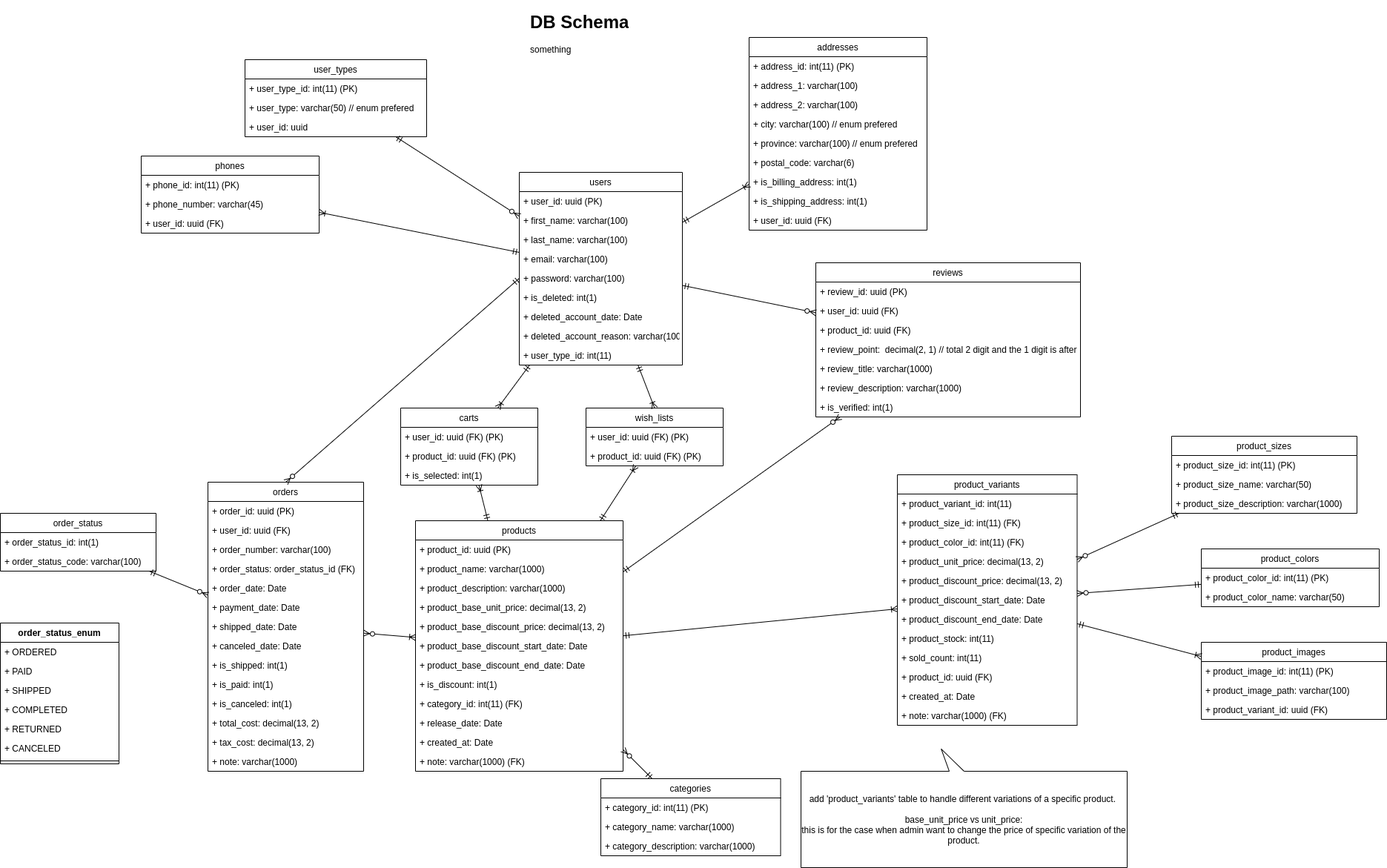
The draw.io diagram db-design.png in stsiwo/e-commerce-starter-kits, before a commit. Source tidied: cells renumbered, new cells last; positions are measured from the earlier drawing's top-left corner, leaving out a move shared by most shapes.
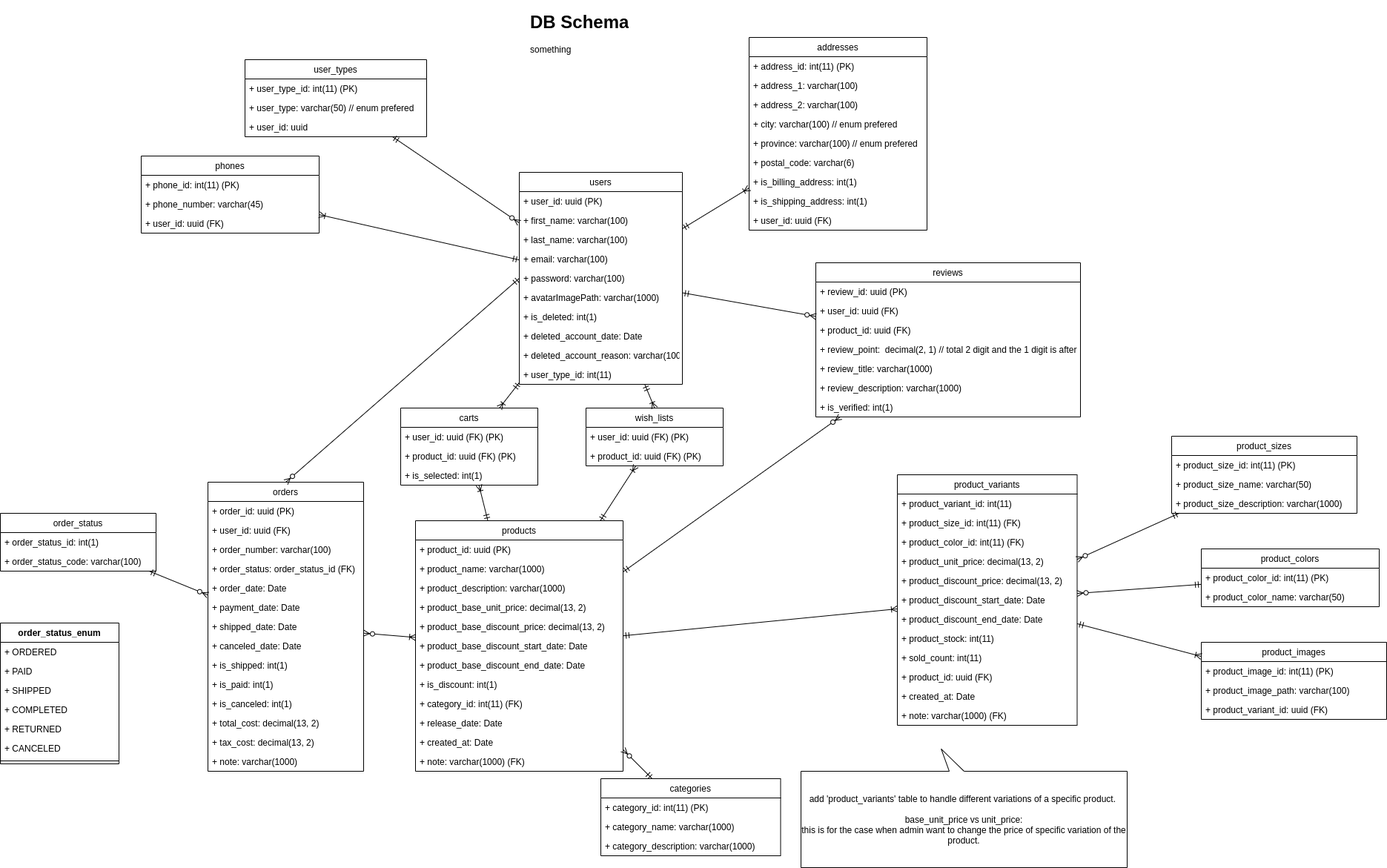
Later version of the same file.

Diff of the diagram source:
```diff
@@ -24,7 +24,7 @@
       <mxGeometry relative="1" as="geometry" />
     </mxCell>
     <mxCell id="9" value="users" style="swimlane;fontStyle=0;horizontal=1;startSize=26;fillColor=none;" parent="1" vertex="1">
-      <mxGeometry x="700" y="222" width="220" height="260" as="geometry" />
+      <mxGeometry x="700" y="222" width="220" height="286" as="geometry" />
     </mxCell>
     <mxCell id="10" value="+ user_id: uuid (PK)" style="text;strokeColor=none;fillColor=none;align=left;verticalAlign=top;spacingLeft=4;spacingRight=4;overflow=hidden;" parent="9" vertex="1">
       <mxGeometry y="26" width="220" height="26" as="geometry" />
@@ -41,17 +41,20 @@
     <mxCell id="14" value="+ password: varchar(100)" style="text;strokeColor=none;fillColor=none;align=left;verticalAlign=top;spacingLeft=4;spacingRight=4;overflow=hidden;points=[[0,0.5],[1,0.5]];portConstraint=eastwest;" parent="9" vertex="1">
       <mxGeometry y="130" width="220" height="26" as="geometry" />
     </mxCell>
+    <mxCell id="131" value="+ avatarImagePath: varchar(1000)" style="text;strokeColor=none;fillColor=none;align=left;verticalAlign=top;spacingLeft=4;spacingRight=4;overflow=hidden;" parent="9" vertex="1">
+      <mxGeometry y="156" width="220" height="26" as="geometry" />
+    </mxCell>
     <mxCell id="15" value="+ is_deleted: int(1)" style="text;strokeColor=none;fillColor=none;align=left;verticalAlign=top;spacingLeft=4;spacingRight=4;overflow=hidden;" parent="9" vertex="1">
-      <mxGeometry y="156" width="220" height="26" as="geometry" />
+      <mxGeometry y="182" width="220" height="26" as="geometry" />
     </mxCell>
     <mxCell id="16" value="+ deleted_account_date: Date" style="text;strokeColor=none;fillColor=none;align=left;verticalAlign=top;spacingLeft=4;spacingRight=4;overflow=hidden;" parent="9" vertex="1">
-      <mxGeometry y="182" width="220" height="26" as="geometry" />
+      <mxGeometry y="208" width="220" height="26" as="geometry" />
     </mxCell>
     <mxCell id="17" value="+ deleted_account_reason: varchar(1000)" style="text;strokeColor=none;fillColor=none;align=left;verticalAlign=top;spacingLeft=4;spacingRight=4;overflow=hidden;" parent="9" vertex="1">
-      <mxGeometry y="208" width="220" height="26" as="geometry" />
+      <mxGeometry y="234" width="220" height="26" as="geometry" />
     </mxCell>
     <mxCell id="18" value="+ user_type_id: int(11)" style="text;strokeColor=none;fillColor=none;align=left;verticalAlign=top;spacingLeft=4;spacingRight=4;overflow=hidden;" parent="9" vertex="1">
-      <mxGeometry y="234" width="220" height="26" as="geometry" />
+      <mxGeometry y="260" width="220" height="26" as="geometry" />
     </mxCell>
     <mxCell id="19" value="addresses" style="swimlane;fontStyle=0;horizontal=1;startSize=26;fillColor=none;" parent="1" vertex="1">
       <mxGeometry x="1010" y="40" width="240" height="260" as="geometry" />
```
